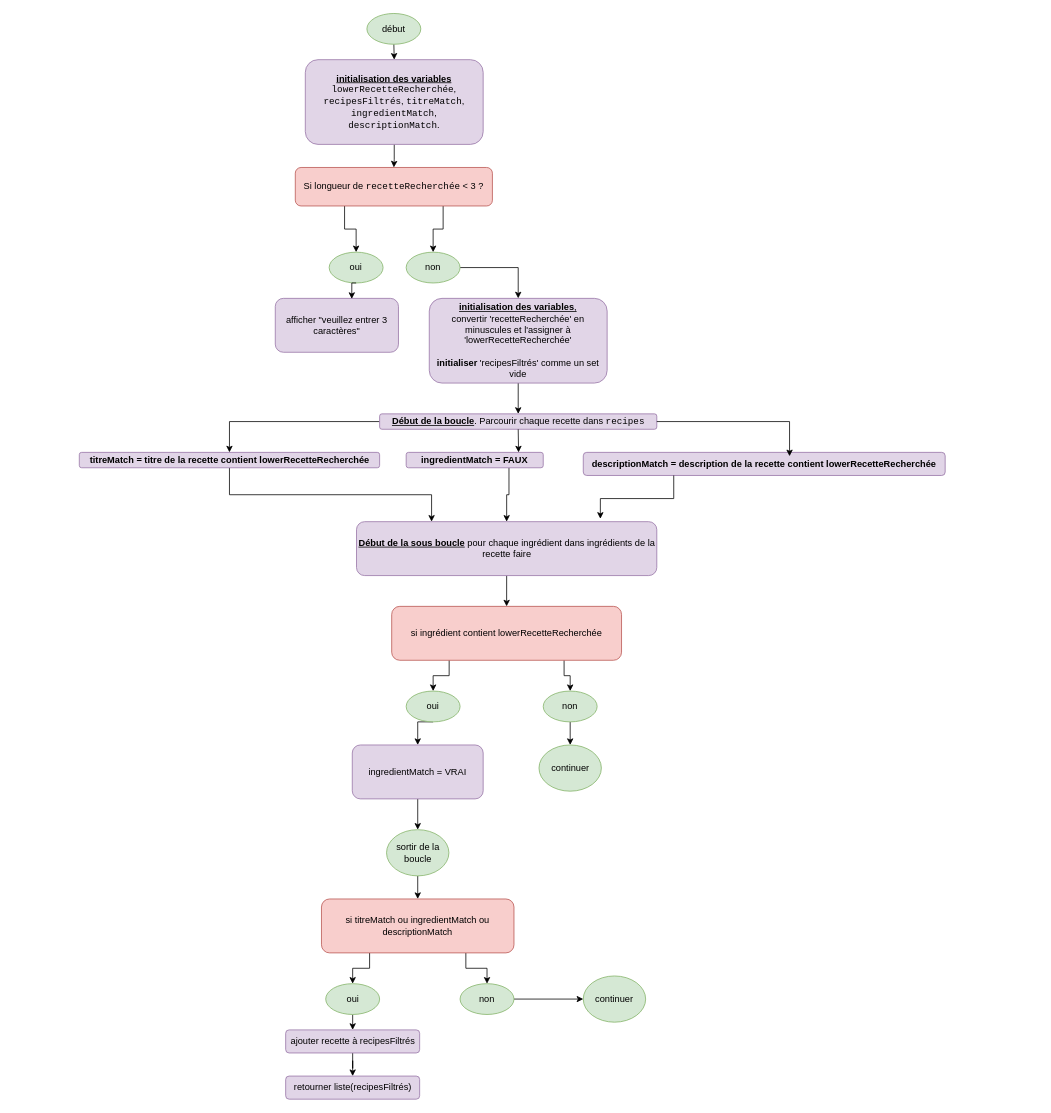
The draw.io diagram algorigrammes/rechercher_recette_boucles_natives.drawio in uu-0/lespetitsplats, before the edit. Source tidied: cells renumbered, new cells numbered last; positions are measured from the earlier drawing's top-left corner, leaving out a move shared by most shapes. Both pictures are drawn from the tidied source at 77%, with x=0, y=0 at pixel (79, 13).
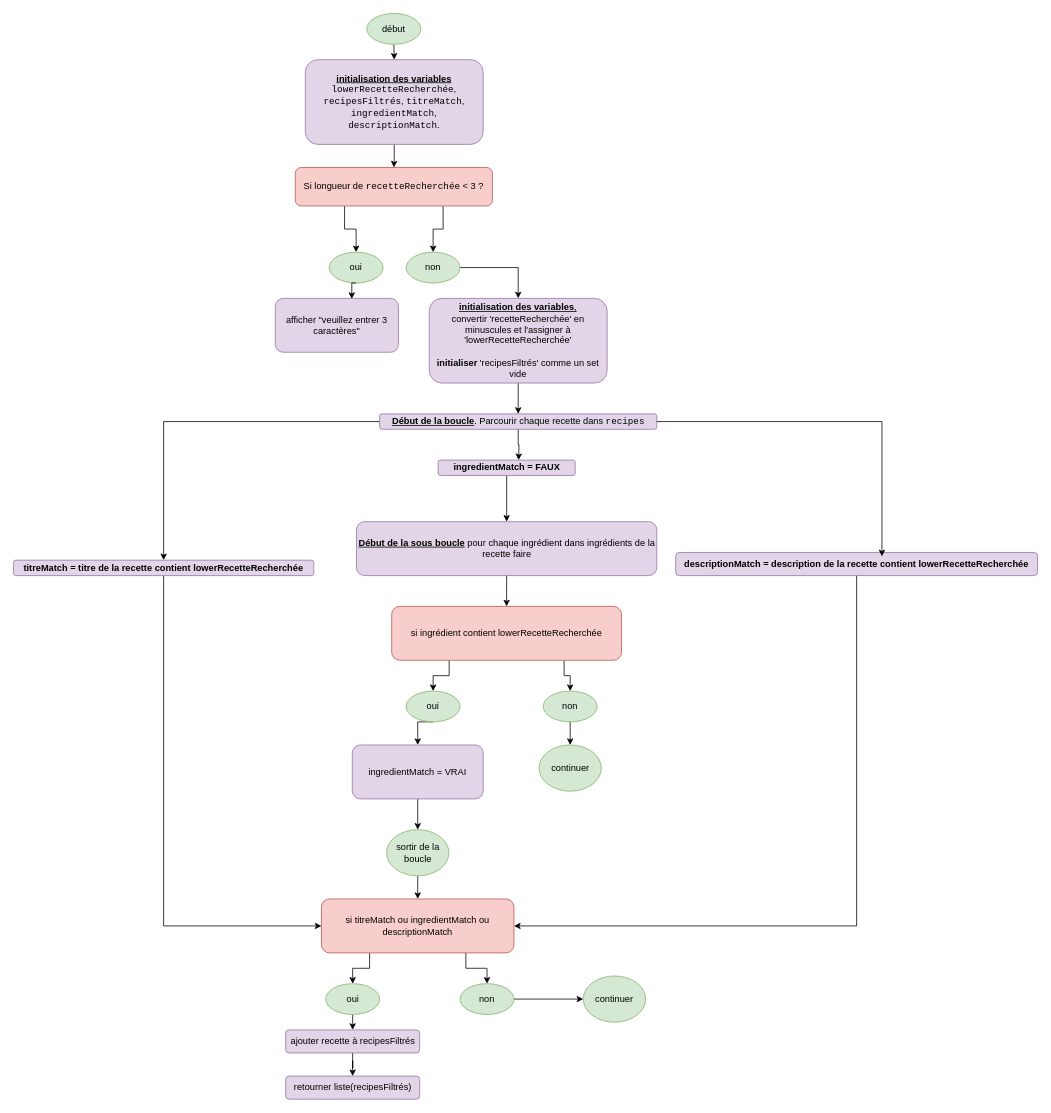
The same page after the edit.

Commit message:
étape 3: faire un algorigramme pour chacune des propositions #3

Unchanged cells that the change refers to:
```xml
<mxCell id="17" value="&lt;span style=&quot;text-align: left;&quot;&gt;&lt;b&gt;&lt;u&gt;Début de la boucle&lt;/u&gt;&lt;/b&gt;. Parcourir chaque recette dans&amp;nbsp;&lt;/span&gt;&lt;code style=&quot;text-align: left;&quot;&gt;recipes&lt;/code&gt;" style="rounded=1;whiteSpace=wrap;html=1;fillColor=#e1d5e7;strokeColor=#9673a6;" parent="1" vertex="1">
  <mxGeometry x="389.5" y="520" width="360" height="20" as="geometry" />
</mxCell>
<mxCell id="26" value="&lt;span style=&quot;text-align: left;&quot;&gt;&lt;u style=&quot;font-weight: bold;&quot;&gt;Début de la sous boucle&lt;/u&gt;&amp;nbsp;pour chaque ingrédient dans ingrédients de la recette faire&lt;/span&gt;" style="rounded=1;whiteSpace=wrap;html=1;fillColor=#e1d5e7;strokeColor=#9673a6;" parent="1" vertex="1">
  <mxGeometry x="359.5" y="660" width="390" height="70" as="geometry" />
</mxCell>
<mxCell id="42" value="&lt;div style=&quot;&quot;&gt;&lt;span style=&quot;background-color: initial;&quot;&gt;si titreMatch ou ingredientMatch ou descriptionMatch&lt;/span&gt;&lt;/div&gt;" style="rounded=1;whiteSpace=wrap;html=1;fillColor=#f8cecc;strokeColor=#b85450;align=center;" parent="1" vertex="1">
  <mxGeometry x="314" y="1150" width="250" height="70" as="geometry" />
</mxCell>
```

Diff of the diagram source:
```diff
@@
-    <mxCell id="18" style="edgeStyle=orthogonalEdgeStyle;rounded=0;jettySize=auto;html=1;exitX=0.5;exitY=1;exitDx=0;exitDy=0;entryX=0.25;entryY=0;entryDx=0;entryDy=0;" parent="1" edge="1" source="19" target="26">
-      <mxGeometry relative="1" as="geometry" />
-    </mxCell>
+    <mxCell id="51" style="edgeStyle=orthogonalEdgeStyle;rounded=0;jettySize=auto;html=1;exitX=0.5;exitY=1;exitDx=0;exitDy=0;entryX=0;entryY=0.5;entryDx=0;entryDy=0;" parent="1" edge="1" source="19" target="42">
+      <mxGeometry relative="1" as="geometry" />
+    </mxCell>
     <mxCell id="19" value="&lt;div&gt;&lt;b&gt;titreMatch = titre de la recette contient lowerRecetteRecherchée&lt;/b&gt;&lt;/div&gt;" style="rounded=1;whiteSpace=wrap;html=1;fillColor=#e1d5e7;strokeColor=#9673a6;" parent="1" vertex="1">
-      <mxGeometry x="-0.5" y="570" width="390" height="20" as="geometry" />
+      <mxGeometry x="-86" y="710" width="390" height="20" as="geometry" />
     </mxCell>
-    <mxCell id="20" style="edgeStyle=orthogonalEdgeStyle;rounded=0;jettySize=auto;html=1;exitX=0.75;exitY=1;exitDx=0;exitDy=0;entryX=0.5;entryY=0;entryDx=0;entryDy=0;" parent="1" edge="1" source="21" target="26">
+    <mxCell id="20" style="edgeStyle=orthogonalEdgeStyle;rounded=0;jettySize=auto;html=1;exitX=0.5;exitY=1;exitDx=0;exitDy=0;" parent="1" edge="1" source="21" target="26">
       <mxGeometry relative="1" as="geometry" />
     </mxCell>
     <mxCell id="21" value="&lt;div&gt;&lt;b&gt;ingredientMatch = FAUX&lt;/b&gt;&lt;/div&gt;" style="rounded=1;whiteSpace=wrap;html=1;fillColor=#e1d5e7;strokeColor=#9673a6;" parent="1" vertex="1">
-      <mxGeometry x="424" y="570" width="178" height="20" as="geometry" />
+      <mxGeometry x="465.5" y="580" width="178" height="20" as="geometry" />
     </mxCell>
+    <mxCell id="52" style="edgeStyle=orthogonalEdgeStyle;rounded=0;jettySize=auto;html=1;exitX=0.5;exitY=1;exitDx=0;exitDy=0;entryX=1;entryY=0.5;entryDx=0;entryDy=0;" parent="1" edge="1" source="22" target="42">
+      <mxGeometry relative="1" as="geometry" />
+    </mxCell>
     <mxCell id="22" value="&lt;div&gt;&lt;b&gt;descriptionMatch = description de la recette contient lowerRecetteRecherchée&lt;/b&gt;&lt;/div&gt;" style="rounded=1;whiteSpace=wrap;html=1;fillColor=#e1d5e7;strokeColor=#9673a6;" parent="1" vertex="1">
-      <mxGeometry x="654" y="570" width="470" height="30" as="geometry" />
+      <mxGeometry x="774" y="700" width="470" height="30" as="geometry" />
     </mxCell>
-    <mxCell id="23" style="edgeStyle=orthogonalEdgeStyle;rounded=0;jettySize=auto;html=1;exitX=0.5;exitY=1;exitDx=0;exitDy=0;entryX=0.82;entryY=0;entryDx=0;entryDy=0;entryPerimeter=0;" parent="1" edge="1" source="17" target="21">
-      <mxGeometry relative="1" as="geometry" />
-    </mxCell>
@@
-    <mxCell id="27" style="edgeStyle=orthogonalEdgeStyle;rounded=0;jettySize=auto;html=1;exitX=0.25;exitY=1;exitDx=0;exitDy=0;entryX=0.812;entryY=-0.054;entryDx=0;entryDy=0;entryPerimeter=0;" parent="1" edge="1" source="22" target="26">
-      <mxGeometry relative="1" as="geometry" />
-    </mxCell>
@@
+    <mxCell id="53" style="edgeStyle=orthogonalEdgeStyle;rounded=0;jettySize=auto;html=1;exitX=0.5;exitY=1;exitDx=0;exitDy=0;" parent="1" edge="1" source="17">
+      <mxGeometry relative="1" as="geometry">
+        <mxPoint x="570" y="580" as="targetPoint" />
+      </mxGeometry>
+    </mxCell>
```
